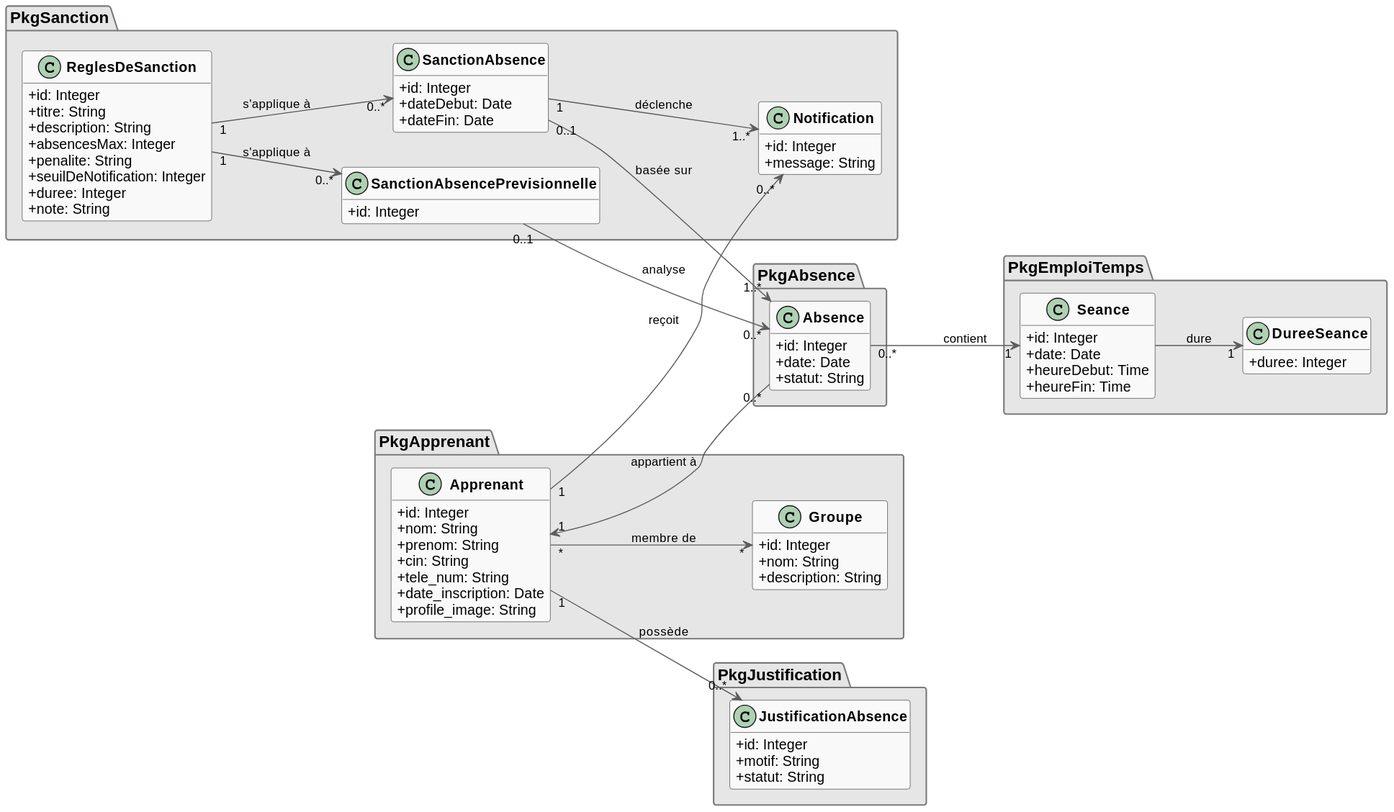
Before: Design/Class Diagram/Class-Diagram.svg, a diagram exported from PlantUML (Tribak-Ayoub/Project-fil-rouge). Its diagram source:
```plantuml
@startuml
skinparam classAttributeIconSize 0
skinparam defaultFontName Arial
skinparam classFontSize 14
skinparam classFontStyle bold
skinparam packageFontSize 16
skinparam packageFontStyle bold
skinparam arrowFontSize 12
skinparam arrowColor #5d5c5c
skinparam classBorderColor #444444
skinparam classBackgroundColor #F9F9F9
skinparam packageBorderColor #7e7979
skinparam packageBackgroundColor #E6E6E6
hide empty members
left to right direction

package "PkgSanction" {
  class SanctionAbsencePrevisionnelle {
    +id: Integer
  }

  class SanctionAbsence {
    +id: Integer
    +dateDebut: Date
    +dateFin: Date
  }

  class ReglesDeSanction {
    +id: Integer
    +titre: String
    +description: String
    +absencesMax: Integer
    +penalite: String
    +seuilDeNotification: Integer
    +duree: Integer
    +note: String
  }

  class Notification {
    +id: Integer
    +message: String
  }
}

package "PkgJustification" {
  class JustificationAbsence {
    +id: Integer
    +motif: String
    +statut: String
  }
}

package "PkgEmploiTemps" {
  class DureeSeance {
    +duree: Integer
  }

  class Seance {
    +id: Integer
    +date: Date
    +heureDebut: Time
    +heureFin: Time
  }
}

package "PkgApprenant" {
  class Apprenant {
    +id: Integer
    +nom: String
    +prenom: String
    +cin: String
    +tele_num: String
    +date_inscription: Date
    +profile_image: String
  }

  class Groupe {
    +id: Integer
    +nom: String
    +description: String
  }
}

package "PkgAbsence" {
  class Absence {
    +id: Integer
    +date: Date
    +statut: String
  }
}

Absence "0..*" --> "1" Apprenant : "appartient à"
Absence "0..*" --> "1" Seance : "contient"
Seance --> "1" DureeSeance : "dure"
Apprenant "*" --> "*" Groupe : "membre de"
Apprenant "1" --> "0..*" JustificationAbsence : "possède"

ReglesDeSanction "1" --> "0..*" SanctionAbsencePrevisionnelle : "s'applique à"
ReglesDeSanction "1" --> "0..*" SanctionAbsence : "s'applique à"
SanctionAbsence "1" --> "1..*" Notification : "déclenche"
SanctionAbsence "0..1" --> "1..*" Absence : "basée sur"
SanctionAbsencePrevisionnelle "0..1" --> "0..*" Absence : "analyse"
Apprenant "1" --> "0..*" Notification : "reçoit"
@enduml
```
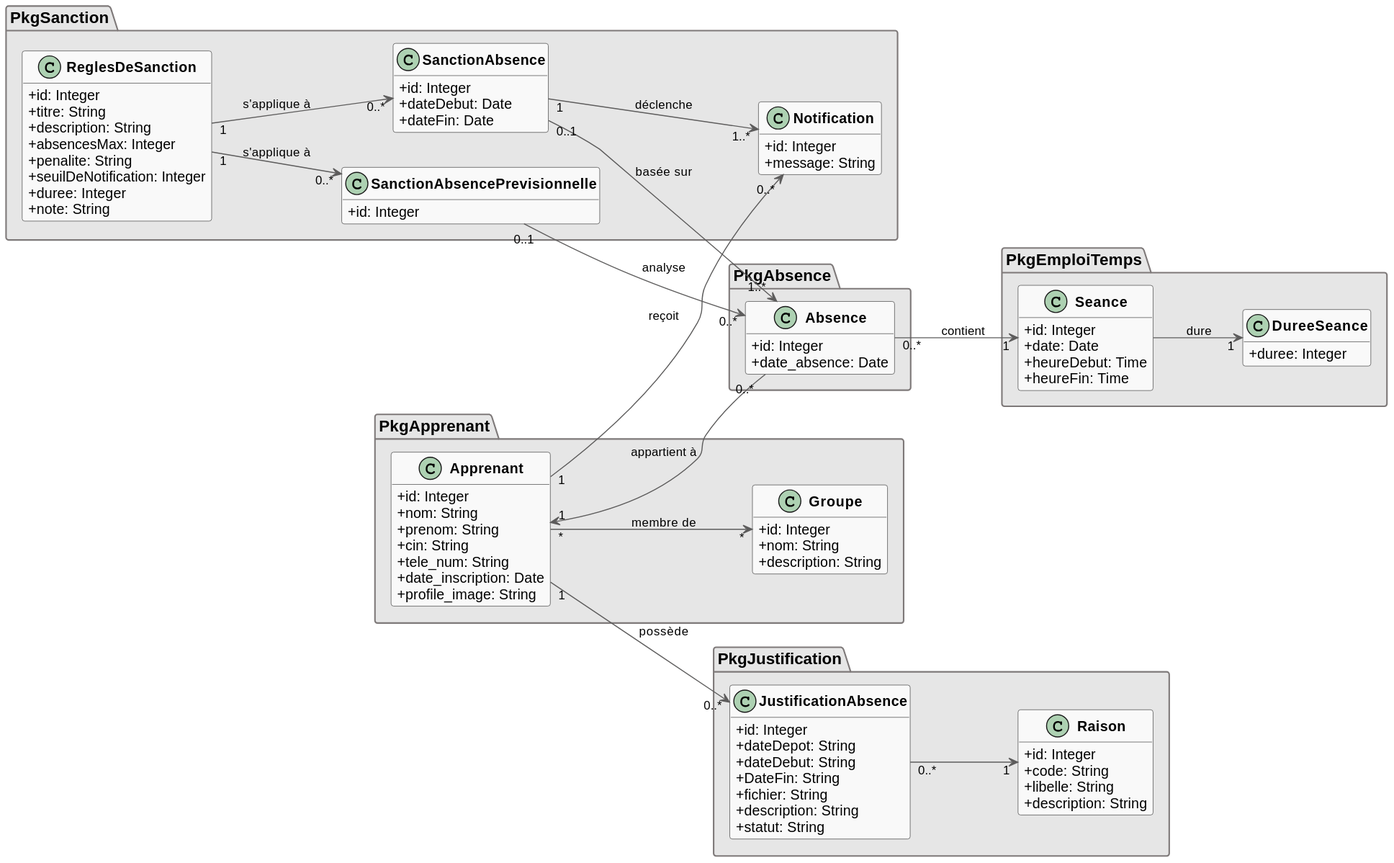
After the commit.

Commit message:
add class-diagram-v2

The edit, as a diff of the source:
```diff
@@ -45,8 +45,19 @@
 package "PkgJustification" {
   class JustificationAbsence {
     +id: Integer
-    +motif: String
+    +dateDepot: String
+    +dateDebut: String
+    +DateFin: String
+    +fichier: String
+    +description: String
     +statut: String
+  }
+
+  class Raison {
+    +id: Integer
+    +code: String
+    +libelle: String
+    +description: String
   }
 }
 
@@ -84,8 +95,7 @@
 package "PkgAbsence" {
   class Absence {
     +id: Integer
-    +date: Date
-    +statut: String
+    +date_absence: Date
   }
 }
 
@@ -94,6 +104,8 @@
 Seance --> "1" DureeSeance : "dure"
 Apprenant "*" --> "*" Groupe : "membre de"
 Apprenant "1" --> "0..*" JustificationAbsence : "possède"
+JustificationAbsence "0..*" --> "1" Raison
+
 
 ReglesDeSanction "1" --> "0..*" SanctionAbsencePrevisionnelle : "s'applique à"
 ReglesDeSanction "1" --> "0..*" SanctionAbsence : "s'applique à"
```
